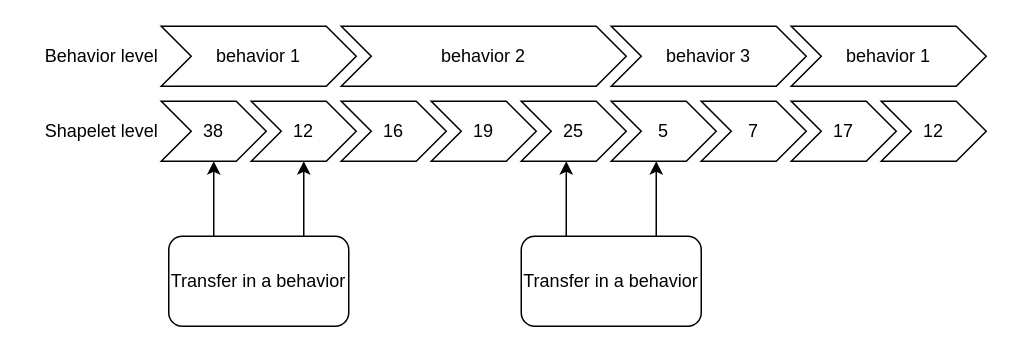
This is page "第 3 页" (3 of 3) of flow.drawio from roleecorn/drawio, a draw.io file, before an edit. Source tidied: cells renumbered, new cells numbered last; positions are measured from the earlier drawing's top-left corner, leaving out a move shared by most shapes. Both pictures are drawn from the tidied source at 150%, with x=0, y=0 at pixel (26, 26).
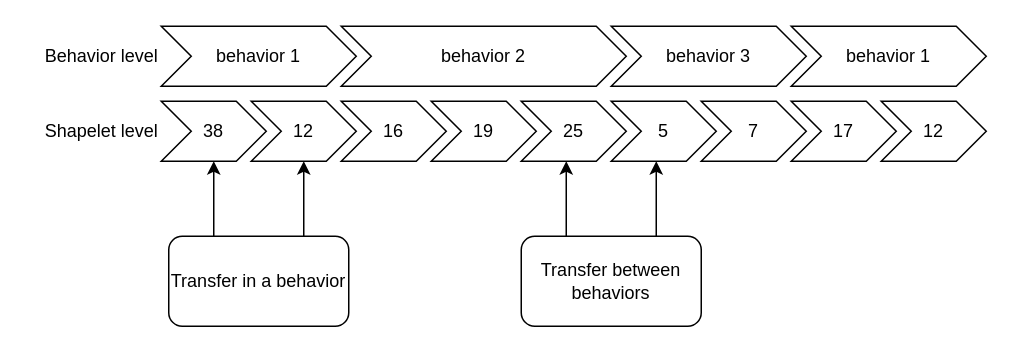
The same diagram, later.

What changed in the source:
```diff
@@
-    <mxCell id="25" value="Transfer in a behavior" style="rounded=1;whiteSpace=wrap;html=1;" parent="1" vertex="1">
+    <mxCell id="25" value="Transfer between behaviors" style="rounded=1;whiteSpace=wrap;html=1;" parent="1" vertex="1">
       <mxGeometry x="330" y="140" width="120" height="60" as="geometry" />
     </mxCell>
```
